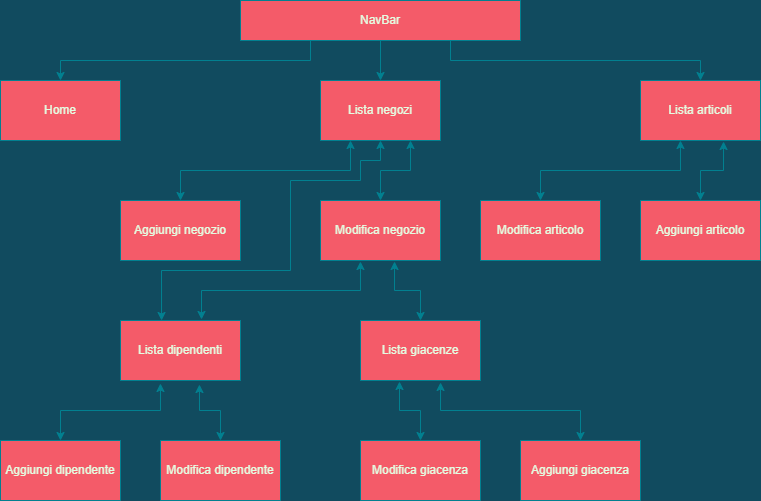
The draw.io diagram gestione-catena-negozi/src/assets/MappaPagineProgetto.png in Alph10/Progetto-Allos, before a commit. Source tidied: cells renumbered, new cells last; positions are measured from the earlier drawing's top-left corner, leaving out a move shared by most shapes.
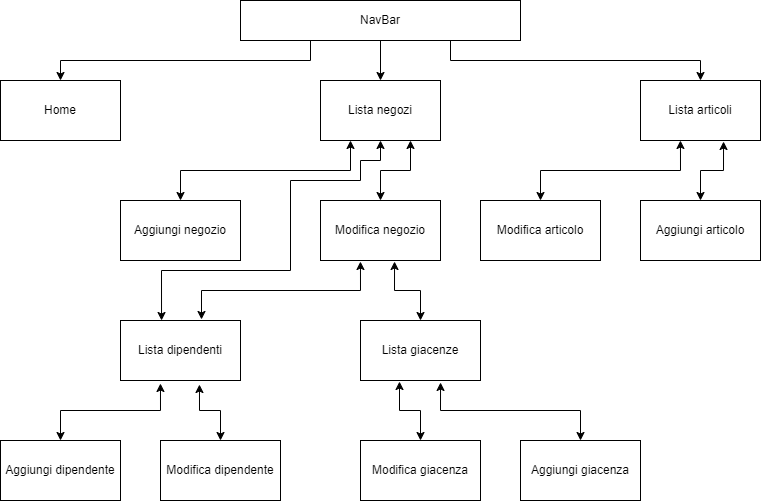
The same diagram one commit later.

Commit message:
Immagini senza sfondo

The edit, as a diff of the source:
```diff
@@ -1,80 +1,80 @@
-<mxGraphModel background="#114B5F">
+<mxGraphModel>
   <root>
     <mxCell id="0" />
     <mxCell id="1" parent="0" />
-    <mxCell id="2" style="edgeStyle=orthogonalEdgeStyle;rounded=0;orthogonalLoop=1;jettySize=auto;html=1;exitX=0.25;exitY=1;exitDx=0;exitDy=0;entryX=0.25;entryY=1;entryDx=0;entryDy=0;labelBackgroundColor=#114B5F;strokeColor=#028090;fontColor=#E4FDE1;" parent="1" edge="1" source="3" target="3">
+    <mxCell id="2" style="edgeStyle=orthogonalEdgeStyle;rounded=0;orthogonalLoop=1;jettySize=auto;html=1;exitX=0.25;exitY=1;exitDx=0;exitDy=0;entryX=0.25;entryY=1;entryDx=0;entryDy=0;" parent="1" edge="1" source="3" target="3">
       <mxGeometry relative="1" as="geometry" />
     </mxCell>
-    <mxCell id="3" value="Lista articoli" style="rounded=0;whiteSpace=wrap;html=1;fillColor=#F45B69;strokeColor=#028090;fontColor=#E4FDE1;" parent="1" vertex="1">
+    <mxCell id="3" value="Lista articoli" style="rounded=0;whiteSpace=wrap;html=1;" parent="1" vertex="1">
       <mxGeometry x="640" y="80" width="120" height="60" as="geometry" />
     </mxCell>
-    <mxCell id="4" style="endArrow=classic;startArrow=classic;html=1;rounded=0;entryX=0.692;entryY=1.017;entryDx=0;entryDy=0;exitX=0.5;exitY=0;exitDx=0;exitDy=0;sketch=0;shadow=0;entryPerimeter=0;edgeStyle=orthogonalEdgeStyle;labelBackgroundColor=#114B5F;strokeColor=#028090;fontColor=#E4FDE1;" parent="1" edge="1" source="5" target="3">
+    <mxCell id="4" style="endArrow=classic;startArrow=classic;html=1;rounded=0;entryX=0.692;entryY=1.017;entryDx=0;entryDy=0;exitX=0.5;exitY=0;exitDx=0;exitDy=0;sketch=0;shadow=0;entryPerimeter=0;edgeStyle=orthogonalEdgeStyle;" parent="1" edge="1" source="5" target="3">
       <mxGeometry relative="1" as="geometry" />
     </mxCell>
-    <mxCell id="5" value="Aggiungi articolo" style="rounded=0;whiteSpace=wrap;html=1;fillColor=#F45B69;strokeColor=#028090;fontColor=#E4FDE1;" parent="1" vertex="1">
+    <mxCell id="5" value="Aggiungi articolo" style="rounded=0;whiteSpace=wrap;html=1;" parent="1" vertex="1">
       <mxGeometry x="640" y="200" width="120" height="60" as="geometry" />
     </mxCell>
-    <mxCell id="6" value="Lista negozi" style="rounded=0;whiteSpace=wrap;html=1;fillColor=#F45B69;strokeColor=#028090;fontColor=#E4FDE1;" parent="1" vertex="1">
+    <mxCell id="6" value="Lista negozi" style="rounded=0;whiteSpace=wrap;html=1;" parent="1" vertex="1">
       <mxGeometry x="320" y="80" width="120" height="60" as="geometry" />
     </mxCell>
-    <mxCell id="7" value="Modifica articolo" style="rounded=0;whiteSpace=wrap;html=1;fillColor=#F45B69;strokeColor=#028090;fontColor=#E4FDE1;" parent="1" vertex="1">
+    <mxCell id="7" value="Modifica articolo" style="rounded=0;whiteSpace=wrap;html=1;" parent="1" vertex="1">
       <mxGeometry x="480" y="200" width="120" height="60" as="geometry" />
     </mxCell>
-    <mxCell id="8" value="Aggiungi negozio" style="rounded=0;whiteSpace=wrap;html=1;fillColor=#F45B69;strokeColor=#028090;fontColor=#E4FDE1;" parent="1" vertex="1">
+    <mxCell id="8" value="Aggiungi negozio" style="rounded=0;whiteSpace=wrap;html=1;" parent="1" vertex="1">
       <mxGeometry x="120" y="200" width="120" height="60" as="geometry" />
     </mxCell>
-    <mxCell id="9" value="Lista dipendenti" style="rounded=0;whiteSpace=wrap;html=1;fillColor=#F45B69;strokeColor=#028090;fontColor=#E4FDE1;" parent="1" vertex="1">
+    <mxCell id="9" value="Lista dipendenti" style="rounded=0;whiteSpace=wrap;html=1;" parent="1" vertex="1">
       <mxGeometry x="120" y="320" width="120" height="60" as="geometry" />
     </mxCell>
-    <mxCell id="10" value="Modifica dipendente" style="rounded=0;whiteSpace=wrap;html=1;fillColor=#F45B69;strokeColor=#028090;fontColor=#E4FDE1;" parent="1" vertex="1">
+    <mxCell id="10" value="Modifica dipendente" style="rounded=0;whiteSpace=wrap;html=1;" parent="1" vertex="1">
       <mxGeometry x="160" y="440" width="120" height="60" as="geometry" />
     </mxCell>
-    <mxCell id="11" value="Aggiungi dipendente" style="rounded=0;whiteSpace=wrap;html=1;fillColor=#F45B69;strokeColor=#028090;fontColor=#E4FDE1;" parent="1" vertex="1">
+    <mxCell id="11" value="Aggiungi dipendente" style="rounded=0;whiteSpace=wrap;html=1;" parent="1" vertex="1">
       <mxGeometry y="440" width="120" height="60" as="geometry" />
     </mxCell>
-    <mxCell id="12" value="Modifica negozio" style="rounded=0;whiteSpace=wrap;html=1;fillColor=#F45B69;strokeColor=#028090;fontColor=#E4FDE1;" parent="1" vertex="1">
+    <mxCell id="12" value="Modifica negozio" style="rounded=0;whiteSpace=wrap;html=1;" parent="1" vertex="1">
       <mxGeometry x="320" y="200" width="120" height="60" as="geometry" />
     </mxCell>
-    <mxCell id="13" value="Modifica giacenza" style="rounded=0;whiteSpace=wrap;html=1;fillColor=#F45B69;strokeColor=#028090;fontColor=#E4FDE1;" parent="1" vertex="1">
+    <mxCell id="13" value="Modifica giacenza" style="rounded=0;whiteSpace=wrap;html=1;" parent="1" vertex="1">
       <mxGeometry x="360" y="440" width="120" height="60" as="geometry" />
     </mxCell>
-    <mxCell id="14" value="Lista giacenze" style="rounded=0;whiteSpace=wrap;html=1;fillColor=#F45B69;strokeColor=#028090;fontColor=#E4FDE1;" parent="1" vertex="1">
+    <mxCell id="14" value="Lista giacenze" style="rounded=0;whiteSpace=wrap;html=1;" parent="1" vertex="1">
       <mxGeometry x="360" y="320" width="120" height="60" as="geometry" />
     </mxCell>
-    <mxCell id="15" value="Aggiungi giacenza" style="rounded=0;whiteSpace=wrap;html=1;fillColor=#F45B69;strokeColor=#028090;fontColor=#E4FDE1;" parent="1" vertex="1">
+    <mxCell id="15" value="Aggiungi giacenza" style="rounded=0;whiteSpace=wrap;html=1;" parent="1" vertex="1">
       <mxGeometry x="520" y="440" width="120" height="60" as="geometry" />
     </mxCell>
-    <mxCell id="16" style="endArrow=classic;startArrow=classic;html=1;rounded=0;entryX=0.333;entryY=1;entryDx=0;entryDy=0;entryPerimeter=0;exitX=0.5;exitY=0;exitDx=0;exitDy=0;edgeStyle=orthogonalEdgeStyle;labelBackgroundColor=#114B5F;strokeColor=#028090;fontColor=#E4FDE1;" parent="1" edge="1" source="7" target="3">
+    <mxCell id="16" style="endArrow=classic;startArrow=classic;html=1;rounded=0;entryX=0.333;entryY=1;entryDx=0;entryDy=0;entryPerimeter=0;exitX=0.5;exitY=0;exitDx=0;exitDy=0;edgeStyle=orthogonalEdgeStyle;" parent="1" edge="1" source="7" target="3">
       <mxGeometry relative="1" as="geometry" />
     </mxCell>
-    <mxCell id="17" style="endArrow=classic;startArrow=classic;html=1;rounded=0;entryX=0.75;entryY=1;entryDx=0;entryDy=0;exitX=0.5;exitY=0;exitDx=0;exitDy=0;edgeStyle=orthogonalEdgeStyle;labelBackgroundColor=#114B5F;strokeColor=#028090;fontColor=#E4FDE1;" parent="1" edge="1" source="12" target="6">
+    <mxCell id="17" style="endArrow=classic;startArrow=classic;html=1;rounded=0;entryX=0.75;entryY=1;entryDx=0;entryDy=0;exitX=0.5;exitY=0;exitDx=0;exitDy=0;edgeStyle=orthogonalEdgeStyle;" parent="1" edge="1" source="12" target="6">
       <mxGeometry relative="1" as="geometry" />
     </mxCell>
-    <mxCell id="18" style="endArrow=classic;startArrow=classic;html=1;rounded=0;exitX=0.5;exitY=0;exitDx=0;exitDy=0;edgeStyle=orthogonalEdgeStyle;entryX=0.25;entryY=1;entryDx=0;entryDy=0;labelBackgroundColor=#114B5F;strokeColor=#028090;fontColor=#E4FDE1;" parent="1" edge="1" source="8" target="6">
+    <mxCell id="18" style="endArrow=classic;startArrow=classic;html=1;rounded=0;exitX=0.5;exitY=0;exitDx=0;exitDy=0;edgeStyle=orthogonalEdgeStyle;entryX=0.25;entryY=1;entryDx=0;entryDy=0;" parent="1" edge="1" source="8" target="6">
       <mxGeometry relative="1" as="geometry" />
     </mxCell>
-    <mxCell id="19" style="endArrow=classic;startArrow=classic;html=1;rounded=0;entryX=0.333;entryY=1.017;entryDx=0;entryDy=0;exitX=0.675;exitY=-0.017;exitDx=0;exitDy=0;exitPerimeter=0;edgeStyle=orthogonalEdgeStyle;entryPerimeter=0;labelBackgroundColor=#114B5F;strokeColor=#028090;fontColor=#E4FDE1;" parent="1" edge="1" source="9" target="12">
+    <mxCell id="19" style="endArrow=classic;startArrow=classic;html=1;rounded=0;entryX=0.333;entryY=1.017;entryDx=0;entryDy=0;exitX=0.675;exitY=-0.017;exitDx=0;exitDy=0;exitPerimeter=0;edgeStyle=orthogonalEdgeStyle;entryPerimeter=0;" parent="1" edge="1" source="9" target="12">
       <mxGeometry relative="1" as="geometry" />
     </mxCell>
-    <mxCell id="20" style="endArrow=classic;startArrow=classic;html=1;rounded=0;entryX=0.617;entryY=1.017;entryDx=0;entryDy=0;entryPerimeter=0;exitX=0.5;exitY=0;exitDx=0;exitDy=0;edgeStyle=orthogonalEdgeStyle;labelBackgroundColor=#114B5F;strokeColor=#028090;fontColor=#E4FDE1;" parent="1" edge="1" source="14" target="12">
+    <mxCell id="20" style="endArrow=classic;startArrow=classic;html=1;rounded=0;entryX=0.617;entryY=1.017;entryDx=0;entryDy=0;entryPerimeter=0;exitX=0.5;exitY=0;exitDx=0;exitDy=0;edgeStyle=orthogonalEdgeStyle;" parent="1" edge="1" source="14" target="12">
       <mxGeometry relative="1" as="geometry" />
     </mxCell>
-    <mxCell id="21" style="endArrow=classic;startArrow=classic;html=1;rounded=0;exitX=0.5;exitY=0;exitDx=0;exitDy=0;entryX=0.333;entryY=1.05;entryDx=0;entryDy=0;entryPerimeter=0;edgeStyle=orthogonalEdgeStyle;labelBackgroundColor=#114B5F;strokeColor=#028090;fontColor=#E4FDE1;" parent="1" edge="1" source="11" target="9">
+    <mxCell id="21" style="endArrow=classic;startArrow=classic;html=1;rounded=0;exitX=0.5;exitY=0;exitDx=0;exitDy=0;entryX=0.333;entryY=1.05;entryDx=0;entryDy=0;entryPerimeter=0;edgeStyle=orthogonalEdgeStyle;" parent="1" edge="1" source="11" target="9">
       <mxGeometry relative="1" as="geometry" />
     </mxCell>
-    <mxCell id="22" style="endArrow=classic;startArrow=classic;html=1;rounded=0;shadow=0;sketch=0;strokeColor=#028090;exitX=0.5;exitY=0;exitDx=0;exitDy=0;entryX=0.658;entryY=1.067;entryDx=0;entryDy=0;edgeStyle=orthogonalEdgeStyle;entryPerimeter=0;labelBackgroundColor=#114B5F;fontColor=#E4FDE1;" parent="1" edge="1" source="10" target="9">
+    <mxCell id="22" style="endArrow=classic;startArrow=classic;html=1;rounded=0;shadow=0;sketch=0;exitX=0.5;exitY=0;exitDx=0;exitDy=0;entryX=0.658;entryY=1.067;entryDx=0;entryDy=0;edgeStyle=orthogonalEdgeStyle;entryPerimeter=0;" parent="1" edge="1" source="10" target="9">
       <mxGeometry relative="1" as="geometry" />
     </mxCell>
-    <mxCell id="23" style="endArrow=classic;startArrow=classic;html=1;rounded=0;shadow=0;sketch=0;strokeColor=#028090;entryX=0.325;entryY=1.017;entryDx=0;entryDy=0;entryPerimeter=0;exitX=0.5;exitY=0;exitDx=0;exitDy=0;edgeStyle=orthogonalEdgeStyle;labelBackgroundColor=#114B5F;fontColor=#E4FDE1;" parent="1" edge="1" source="13" target="14">
+    <mxCell id="23" style="endArrow=classic;startArrow=classic;html=1;rounded=0;shadow=0;sketch=0;entryX=0.325;entryY=1.017;entryDx=0;entryDy=0;entryPerimeter=0;exitX=0.5;exitY=0;exitDx=0;exitDy=0;edgeStyle=orthogonalEdgeStyle;" parent="1" edge="1" source="13" target="14">
       <mxGeometry relative="1" as="geometry" />
     </mxCell>
-    <mxCell id="24" style="endArrow=classic;startArrow=classic;html=1;rounded=0;shadow=0;sketch=0;strokeColor=#028090;entryX=0.667;entryY=1.033;entryDx=0;entryDy=0;entryPerimeter=0;exitX=0.5;exitY=0;exitDx=0;exitDy=0;edgeStyle=orthogonalEdgeStyle;labelBackgroundColor=#114B5F;fontColor=#E4FDE1;" parent="1" edge="1" source="15" target="14">
+    <mxCell id="24" style="endArrow=classic;startArrow=classic;html=1;rounded=0;shadow=0;sketch=0;entryX=0.667;entryY=1.033;entryDx=0;entryDy=0;entryPerimeter=0;exitX=0.5;exitY=0;exitDx=0;exitDy=0;edgeStyle=orthogonalEdgeStyle;" parent="1" edge="1" source="15" target="14">
       <mxGeometry relative="1" as="geometry" />
     </mxCell>
-    <mxCell id="25" value="Home" style="rounded=0;whiteSpace=wrap;html=1;fillColor=#F45B69;strokeColor=#028090;fontColor=#E4FDE1;" parent="1" vertex="1">
+    <mxCell id="25" value="Home" style="rounded=0;whiteSpace=wrap;html=1;" parent="1" vertex="1">
       <mxGeometry y="80" width="120" height="60" as="geometry" />
     </mxCell>
-    <mxCell id="26" style="endArrow=classic;startArrow=classic;html=1;rounded=0;shadow=0;sketch=0;strokeColor=#028090;exitX=0.342;exitY=0;exitDx=0;exitDy=0;exitPerimeter=0;entryX=0.5;entryY=1;entryDx=0;entryDy=0;edgeStyle=orthogonalEdgeStyle;labelBackgroundColor=#114B5F;fontColor=#E4FDE1;" parent="1" edge="1" source="9" target="6">
+    <mxCell id="26" style="endArrow=classic;startArrow=classic;html=1;rounded=0;shadow=0;sketch=0;exitX=0.342;exitY=0;exitDx=0;exitDy=0;exitPerimeter=0;entryX=0.5;entryY=1;entryDx=0;entryDy=0;edgeStyle=orthogonalEdgeStyle;" parent="1" edge="1" source="9" target="6">
       <mxGeometry relative="1" as="geometry">
         <Array as="points">
           <mxPoint x="161" y="270" />
@@ -86,16 +86,16 @@
         </Array>
       </mxGeometry>
     </mxCell>
-    <mxCell id="27" value="NavBar" style="rounded=0;whiteSpace=wrap;html=1;fillColor=#F45B69;strokeColor=#028090;fontColor=#E4FDE1;" parent="1" vertex="1">
+    <mxCell id="27" value="NavBar" style="rounded=0;whiteSpace=wrap;html=1;" parent="1" vertex="1">
       <mxGeometry x="240" width="280" height="40" as="geometry" />
     </mxCell>
-    <mxCell id="28" style="endArrow=classic;html=1;rounded=0;shadow=0;sketch=0;strokeColor=#028090;exitX=0.25;exitY=1;exitDx=0;exitDy=0;entryX=0.5;entryY=0;entryDx=0;entryDy=0;edgeStyle=orthogonalEdgeStyle;labelBackgroundColor=#114B5F;fontColor=#E4FDE1;" parent="1" edge="1" source="27" target="25">
+    <mxCell id="28" style="endArrow=classic;html=1;rounded=0;shadow=0;sketch=0;exitX=0.25;exitY=1;exitDx=0;exitDy=0;entryX=0.5;entryY=0;entryDx=0;entryDy=0;edgeStyle=orthogonalEdgeStyle;" parent="1" edge="1" source="27" target="25">
       <mxGeometry relative="1" as="geometry" />
     </mxCell>
-    <mxCell id="29" style="endArrow=classic;html=1;rounded=0;shadow=0;sketch=0;strokeColor=#028090;entryX=0.5;entryY=0;entryDx=0;entryDy=0;exitX=0.5;exitY=1;exitDx=0;exitDy=0;edgeStyle=orthogonalEdgeStyle;labelBackgroundColor=#114B5F;fontColor=#E4FDE1;" parent="1" edge="1" source="27" target="6">
+    <mxCell id="29" style="endArrow=classic;html=1;rounded=0;shadow=0;sketch=0;entryX=0.5;entryY=0;entryDx=0;entryDy=0;exitX=0.5;exitY=1;exitDx=0;exitDy=0;edgeStyle=orthogonalEdgeStyle;" parent="1" edge="1" source="27" target="6">
       <mxGeometry relative="1" as="geometry" />
     </mxCell>
-    <mxCell id="30" style="endArrow=classic;html=1;rounded=0;shadow=0;sketch=0;strokeColor=#028090;entryX=0.5;entryY=0;entryDx=0;entryDy=0;exitX=0.75;exitY=1;exitDx=0;exitDy=0;edgeStyle=orthogonalEdgeStyle;labelBackgroundColor=#114B5F;fontColor=#E4FDE1;" parent="1" edge="1" source="27" target="3">
+    <mxCell id="30" style="endArrow=classic;html=1;rounded=0;shadow=0;sketch=0;entryX=0.5;entryY=0;entryDx=0;entryDy=0;exitX=0.75;exitY=1;exitDx=0;exitDy=0;edgeStyle=orthogonalEdgeStyle;" parent="1" edge="1" source="27" target="3">
       <mxGeometry relative="1" as="geometry" />
     </mxCell>
   </root>
```
